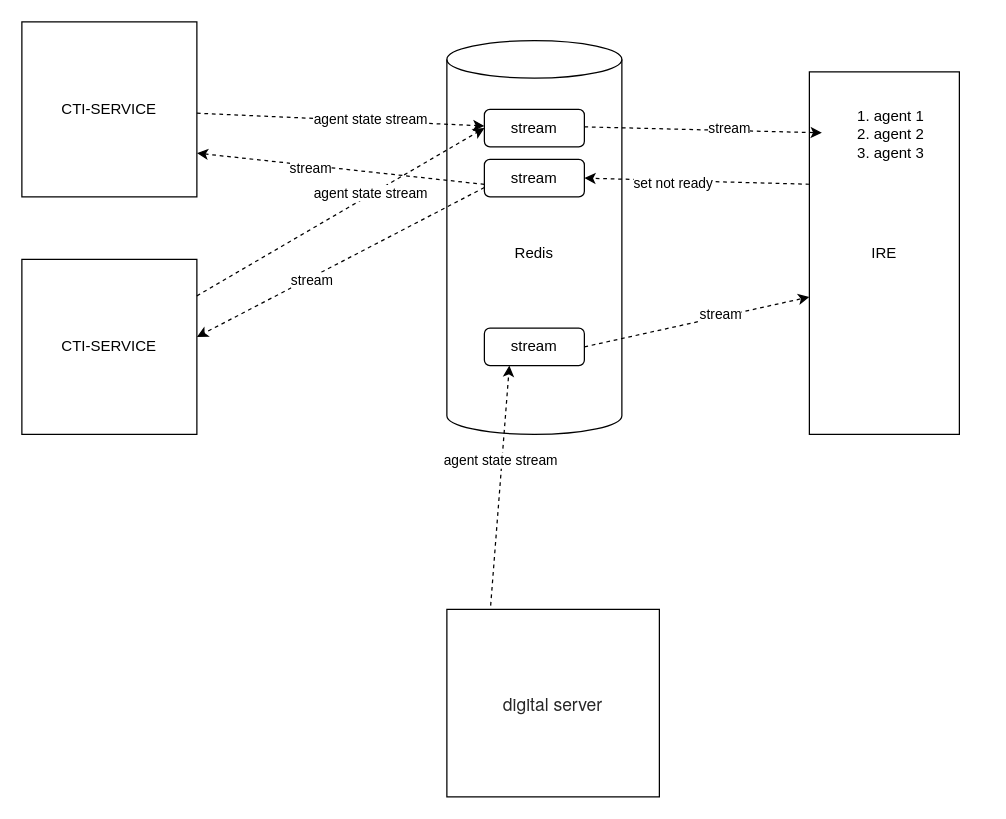
Earlier version of the draw.io diagram Untitled Diagram.drawio (sunxingsong/app-digrams). Source tidied: cells renumbered, new cells numbered last; positions are measured from the earlier drawing's top-left corner, leaving out a move shared by most shapes. Both pictures are drawn from the tidied source at 125%, with x=0, y=0 at pixel (21, 21).
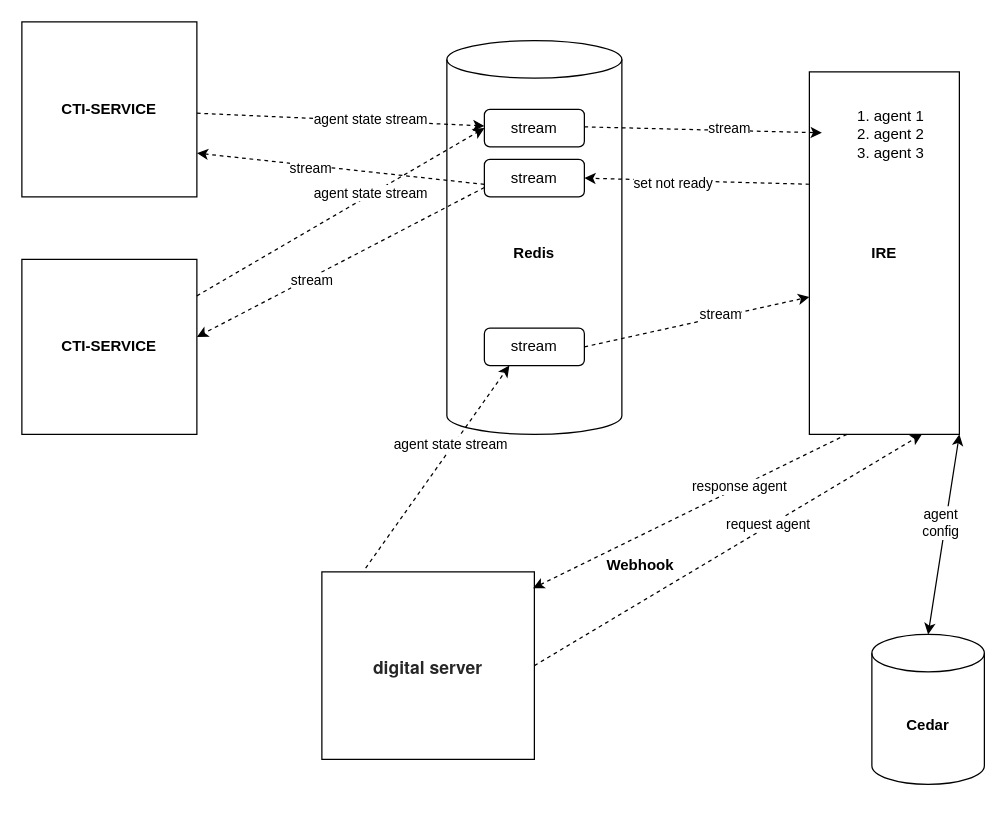
The same diagram, later.

What changed in the source:
```diff
@@
-    <mxCell id="2" value="CTI-SERVICE" style="whiteSpace=wrap;html=1;" parent="1" vertex="1">
+    <mxCell id="2" value="&lt;b&gt;CTI-SERVICE&lt;/b&gt;" style="whiteSpace=wrap;html=1;" parent="1" vertex="1">
       <mxGeometry width="140" height="140" as="geometry" />
     </mxCell>
-    <mxCell id="3" value="Redis" style="shape=cylinder3;whiteSpace=wrap;html=1;boundedLbl=1;backgroundOutline=1;size=15;" parent="1" vertex="1">
+    <mxCell id="3" value="&lt;b&gt;Redis&lt;/b&gt;" style="shape=cylinder3;whiteSpace=wrap;html=1;boundedLbl=1;backgroundOutline=1;size=15;" parent="1" vertex="1">
       <mxGeometry x="340" y="15" width="140" height="315" as="geometry" />
     </mxCell>
@@
-    <mxCell id="7" value="IRE" style="rounded=0;whiteSpace=wrap;html=1;" parent="1" vertex="1">
+    <mxCell id="7" value="&lt;b&gt;IRE&lt;/b&gt;" style="rounded=0;whiteSpace=wrap;html=1;" parent="1" vertex="1">
       <mxGeometry x="630" y="40" width="120" height="290" as="geometry" />
     </mxCell>
@@
-    <mxCell id="14" value="CTI-SERVICE" style="whiteSpace=wrap;html=1;" parent="1" vertex="1">
+    <mxCell id="14" value="&lt;b&gt;CTI-SERVICE&lt;/b&gt;" style="whiteSpace=wrap;html=1;" parent="1" vertex="1">
       <mxGeometry y="190" width="140" height="140" as="geometry" />
     </mxCell>
@@
-    <mxCell id="21" value="&lt;p style=&quot;margin: 0px; font-variant-numeric: normal; font-variant-east-asian: normal; font-variant-alternates: normal; font-kerning: auto; font-optical-sizing: auto; font-feature-settings: normal; font-variation-settings: normal; font-stretch: normal; font-size: 14px; line-height: normal; font-family: &amp;quot;Helvetica Neue&amp;quot;; color: rgba(0, 0, 0, 0.85); background-color: rgba(0, 0, 0, 0); text-align: start;&quot; class=&quot;p1&quot;&gt;digital server&lt;/p&gt;" style="rounded=0;whiteSpace=wrap;html=1;" parent="1" vertex="1">
-      <mxGeometry x="340" y="470" width="170" height="150" as="geometry" />
+    <mxCell id="21" value="&lt;p style=&quot;margin: 0px; font-variant-numeric: normal; font-variant-east-asian: normal; font-variant-alternates: normal; font-kerning: auto; font-optical-sizing: auto; font-feature-settings: normal; font-variation-settings: normal; font-stretch: normal; font-size: 14px; line-height: normal; font-family: &amp;quot;Helvetica Neue&amp;quot;; color: rgba(0, 0, 0, 0.85); background-color: rgba(0, 0, 0, 0); text-align: start;&quot; class=&quot;p1&quot;&gt;&lt;b&gt;digital server&lt;/b&gt;&lt;/p&gt;" style="rounded=0;whiteSpace=wrap;html=1;" parent="1" vertex="1">
+      <mxGeometry x="240" y="440" width="170" height="150" as="geometry" />
     </mxCell>
@@
+    <mxCell id="27" style="html=1;labelBackgroundColor=#ffffff;startArrow=none;startFill=0;startSize=6;endArrow=classic;endFill=1;endSize=6;jettySize=auto;strokeWidth=1;dashed=1;fontSize=14;rounded=0;exitX=1;exitY=0.5;exitDx=0;exitDy=0;entryX=0.75;entryY=1;entryDx=0;entryDy=0;" parent="1" edge="1" source="21" target="7">
+      <mxGeometry relative="1" as="geometry" />
+    </mxCell>
+    <mxCell id="28" value="request agent" style="edgeLabel;html=1;align=center;verticalAlign=middle;" parent="27" vertex="1">
+      <mxGeometry x="0.21" y="2" relative="1" as="geometry" />
+    </mxCell>
+    <mxCell id="29" style="html=1;labelBackgroundColor=#ffffff;startArrow=none;startFill=0;startSize=6;endArrow=classic;endFill=1;endSize=6;jettySize=auto;strokeWidth=1;dashed=1;fontSize=14;rounded=0;exitX=0.25;exitY=1;exitDx=0;exitDy=0;entryX=0.994;entryY=0.087;entryDx=0;entryDy=0;entryPerimeter=0;" parent="1" edge="1" source="7" target="21">
+      <mxGeometry relative="1" as="geometry" />
+    </mxCell>
+    <mxCell id="30" value="response agent" style="edgeLabel;html=1;align=center;verticalAlign=middle;" parent="29" vertex="1">
+      <mxGeometry x="-0.31" y="-1" relative="1" as="geometry" />
+    </mxCell>
+    <mxCell id="31" value="&lt;b&gt;Webhook&lt;/b&gt;" style="text;html=1;strokeColor=none;fillColor=none;align=center;verticalAlign=middle;whiteSpace=wrap;rounded=0;" parent="1" vertex="1">
+      <mxGeometry x="440" y="410" width="110" height="50" as="geometry" />
+    </mxCell>
+    <mxCell id="32" value="&lt;b&gt;Cedar&lt;/b&gt;" style="shape=cylinder3;whiteSpace=wrap;html=1;boundedLbl=1;backgroundOutline=1;size=15;" parent="1" vertex="1">
+      <mxGeometry x="680" y="490" width="90" height="120" as="geometry" />
+    </mxCell>
+    <mxCell id="33" style="endArrow=classic;startArrow=classic;html=1;rounded=0;exitX=0.5;exitY=0;exitDx=0;exitDy=0;exitPerimeter=0;entryX=1;entryY=1;entryDx=0;entryDy=0;" parent="1" edge="1" source="32" target="7">
+      <mxGeometry relative="1" as="geometry" />
+    </mxCell>
+    <mxCell id="34" value="agent&lt;br&gt;config" style="edgeLabel;html=1;align=center;verticalAlign=middle;" parent="33" vertex="1">
+      <mxGeometry x="0.11" y="4" relative="1" as="geometry" />
+    </mxCell>
```
